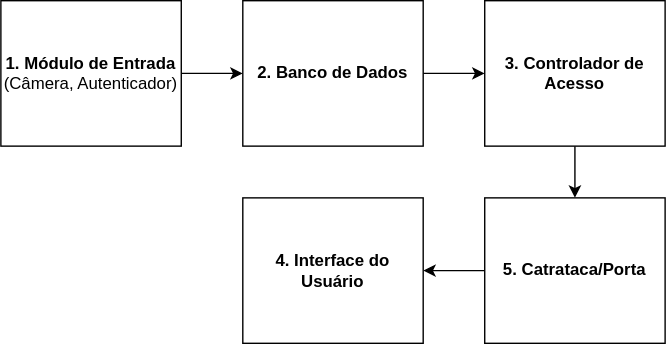
Above: projetos/sistema-controle-de-acesso/images/Diagrama_acesso.drawio.svg in teaching-FEEC/ea075-2024.1 (draw.io), before the change. Source tidied: cells renumbered, new cells last; positions are measured from the earlier drawing's top-left corner, leaving out a move shared by most shapes.
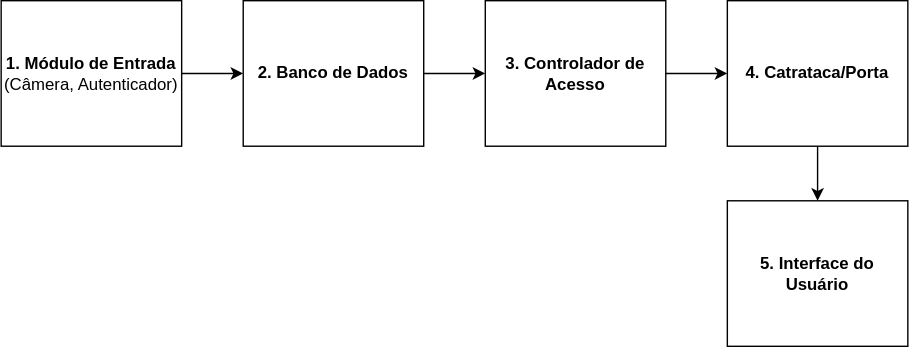
After the change.

What changed in the source:
```diff
@@ -23,11 +23,11 @@
     <mxCell id="8" style="edgeStyle=orthogonalEdgeStyle;rounded=0;jettySize=auto;html=1;" parent="1" edge="1" source="9" target="10">
       <mxGeometry relative="1" as="geometry" />
     </mxCell>
-    <mxCell id="9" value="&lt;div&gt;&lt;b&gt;5. Catrataca/Porta&lt;/b&gt;&lt;/div&gt;" style="rounded=0;whiteSpace=wrap;html=1;" parent="1" vertex="1">
-      <mxGeometry x="346" y="141" width="129" height="104" as="geometry" />
+    <mxCell id="9" value="&lt;div&gt;&lt;b&gt;4. Catrataca/Porta&lt;/b&gt;&lt;/div&gt;" style="rounded=0;whiteSpace=wrap;html=1;" parent="1" vertex="1">
+      <mxGeometry x="519" width="129" height="104" as="geometry" />
     </mxCell>
-    <mxCell id="10" value="&lt;div&gt;&lt;b&gt;4. Interface do Usuário&lt;/b&gt;&lt;/div&gt;" style="rounded=0;whiteSpace=wrap;html=1;" parent="1" vertex="1">
-      <mxGeometry x="173" y="141" width="129" height="104" as="geometry" />
+    <mxCell id="10" value="&lt;div&gt;&lt;b&gt;5. Interface do Usuário&lt;/b&gt;&lt;/div&gt;" style="rounded=0;whiteSpace=wrap;html=1;" parent="1" vertex="1">
+      <mxGeometry x="519" y="143" width="129" height="104" as="geometry" />
     </mxCell>
   </root>
 </mxGraphModel>
```
